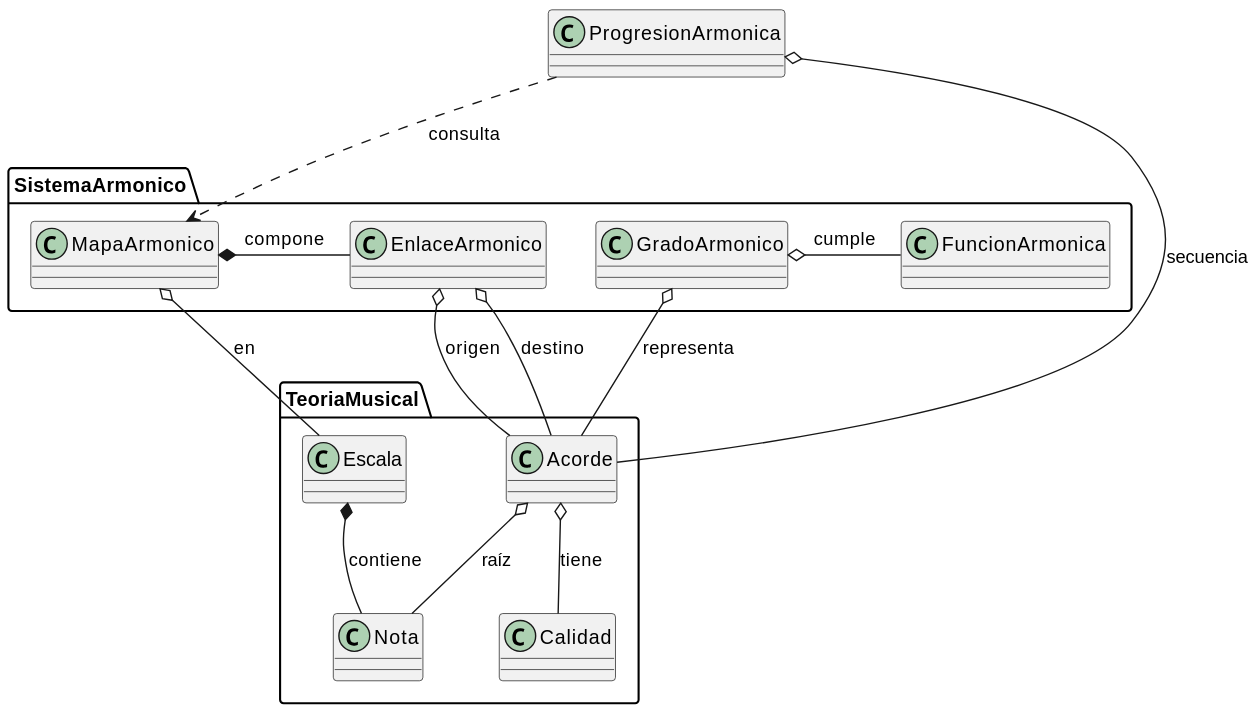
mmasias/mmasias keeps this PlantUML diagram as images/music/cQuintas/RUP/00-casos-uso/00-modelo-del-dominio/modelo-dominio.svg. Above is the earlier version.
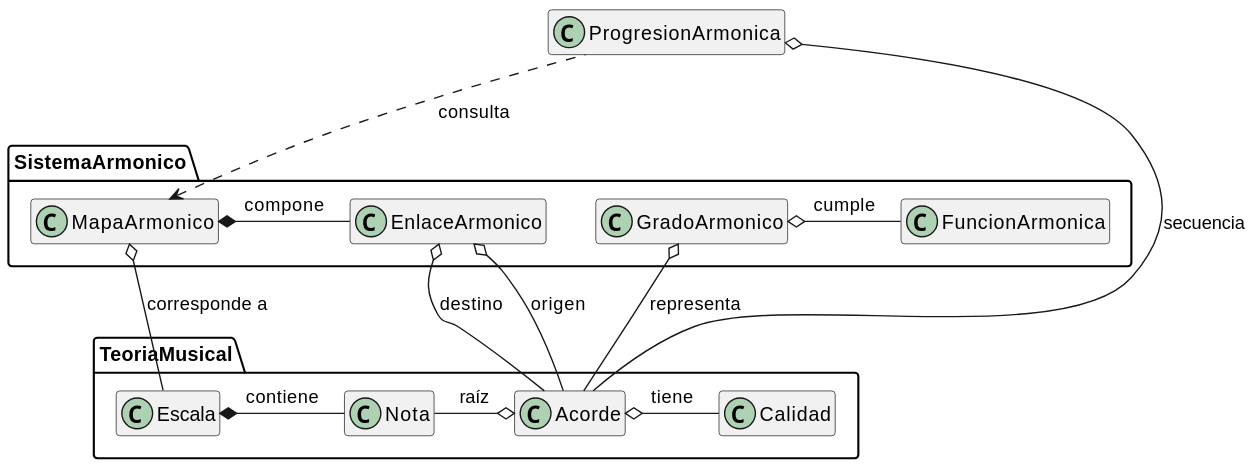
After the change.

The edit, as a diff of the source:
```diff
@@ -1,4 +1,5 @@
 @startuml
+hide empty members
 
 class ProgresionArmonica
 
@@ -16,17 +17,17 @@
     class MapaArmonico
 }
 
-Escala *-- Nota : contiene
-Acorde o-- Nota : raíz
-Acorde o-- Calidad : tiene
+Escala *-r- Nota : contiene
+Acorde o-l- Nota : raíz
+Acorde o-r- Calidad : tiene
 
 MapaArmonico *- EnlaceArmonico : compone
 GradoArmonico o-- Acorde : representa
 GradoArmonico o- FuncionArmonica : cumple
-EnlaceArmonico o-- Acorde : origen
+EnlaceArmonico o-u- Acorde : origen
 EnlaceArmonico o-- Acorde : destino
-MapaArmonico o-- Escala : en
+MapaArmonico o-- Escala : corresponde a
 
-ProgresionArmonica o-- Acorde : secuencia
-ProgresionArmonica ..> MapaArmonico : consulta
+ProgresionArmonica ...l.> MapaArmonico : consulta
+ProgresionArmonica o--- Acorde : secuencia
 @enduml
```
